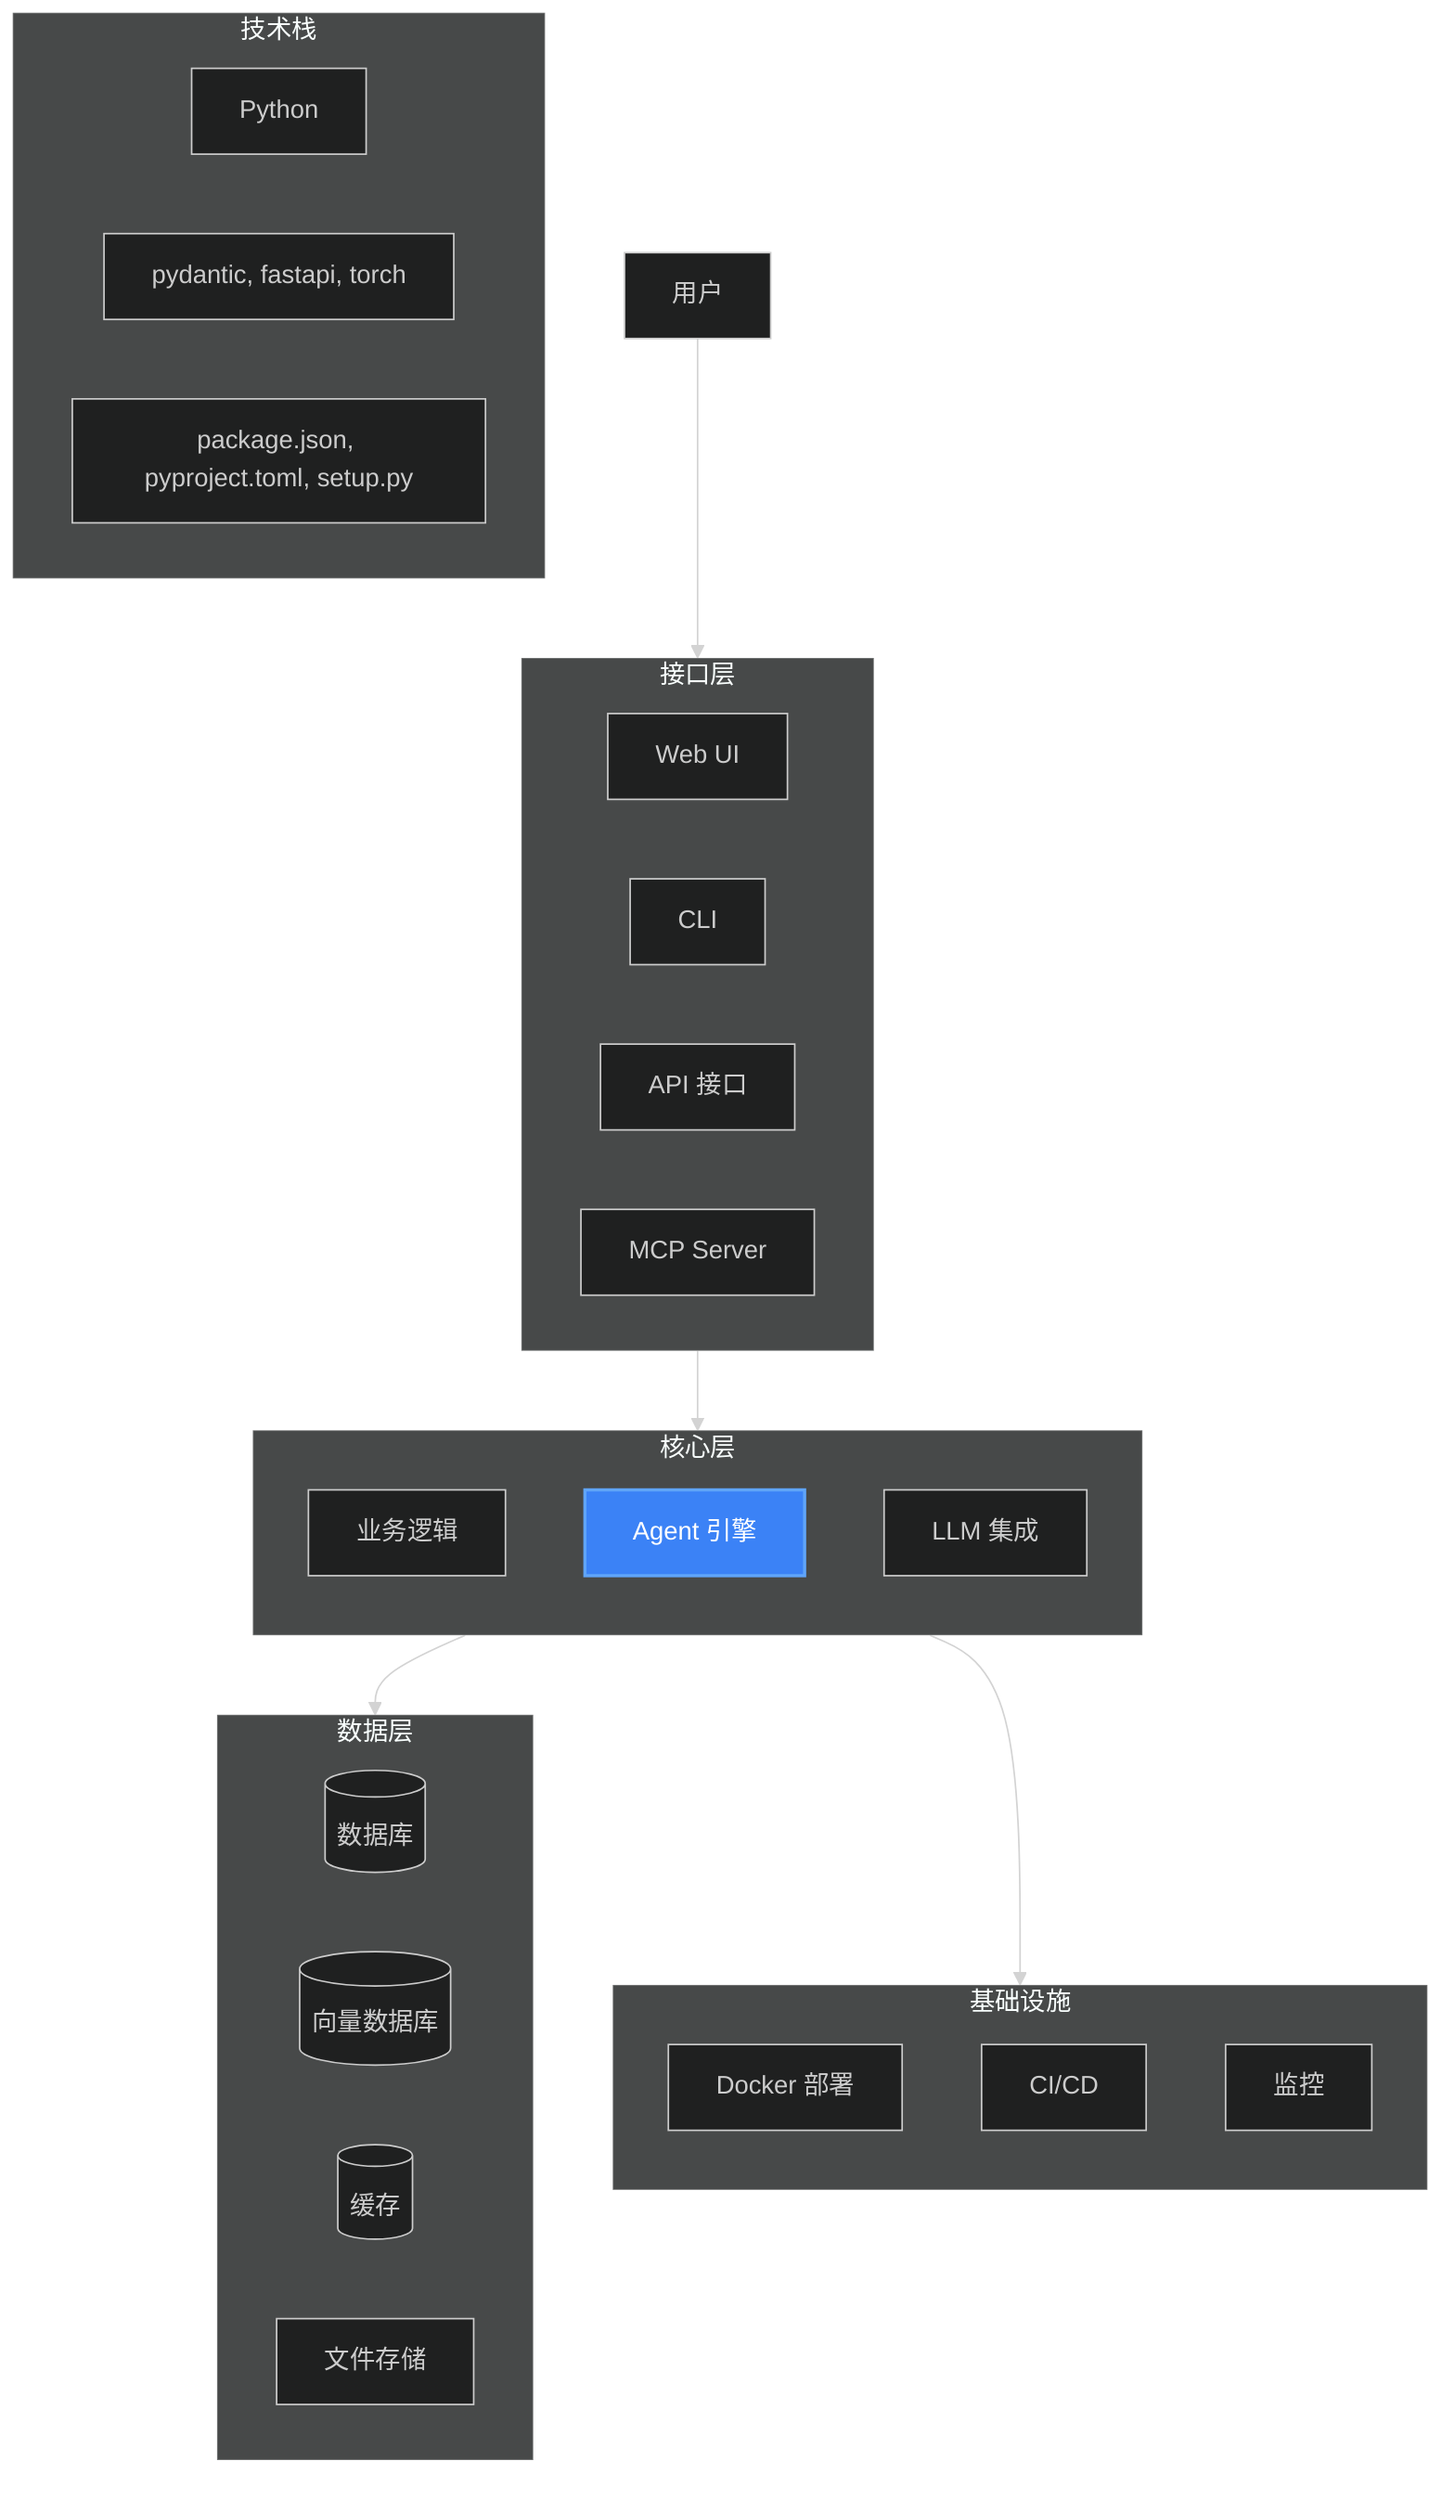
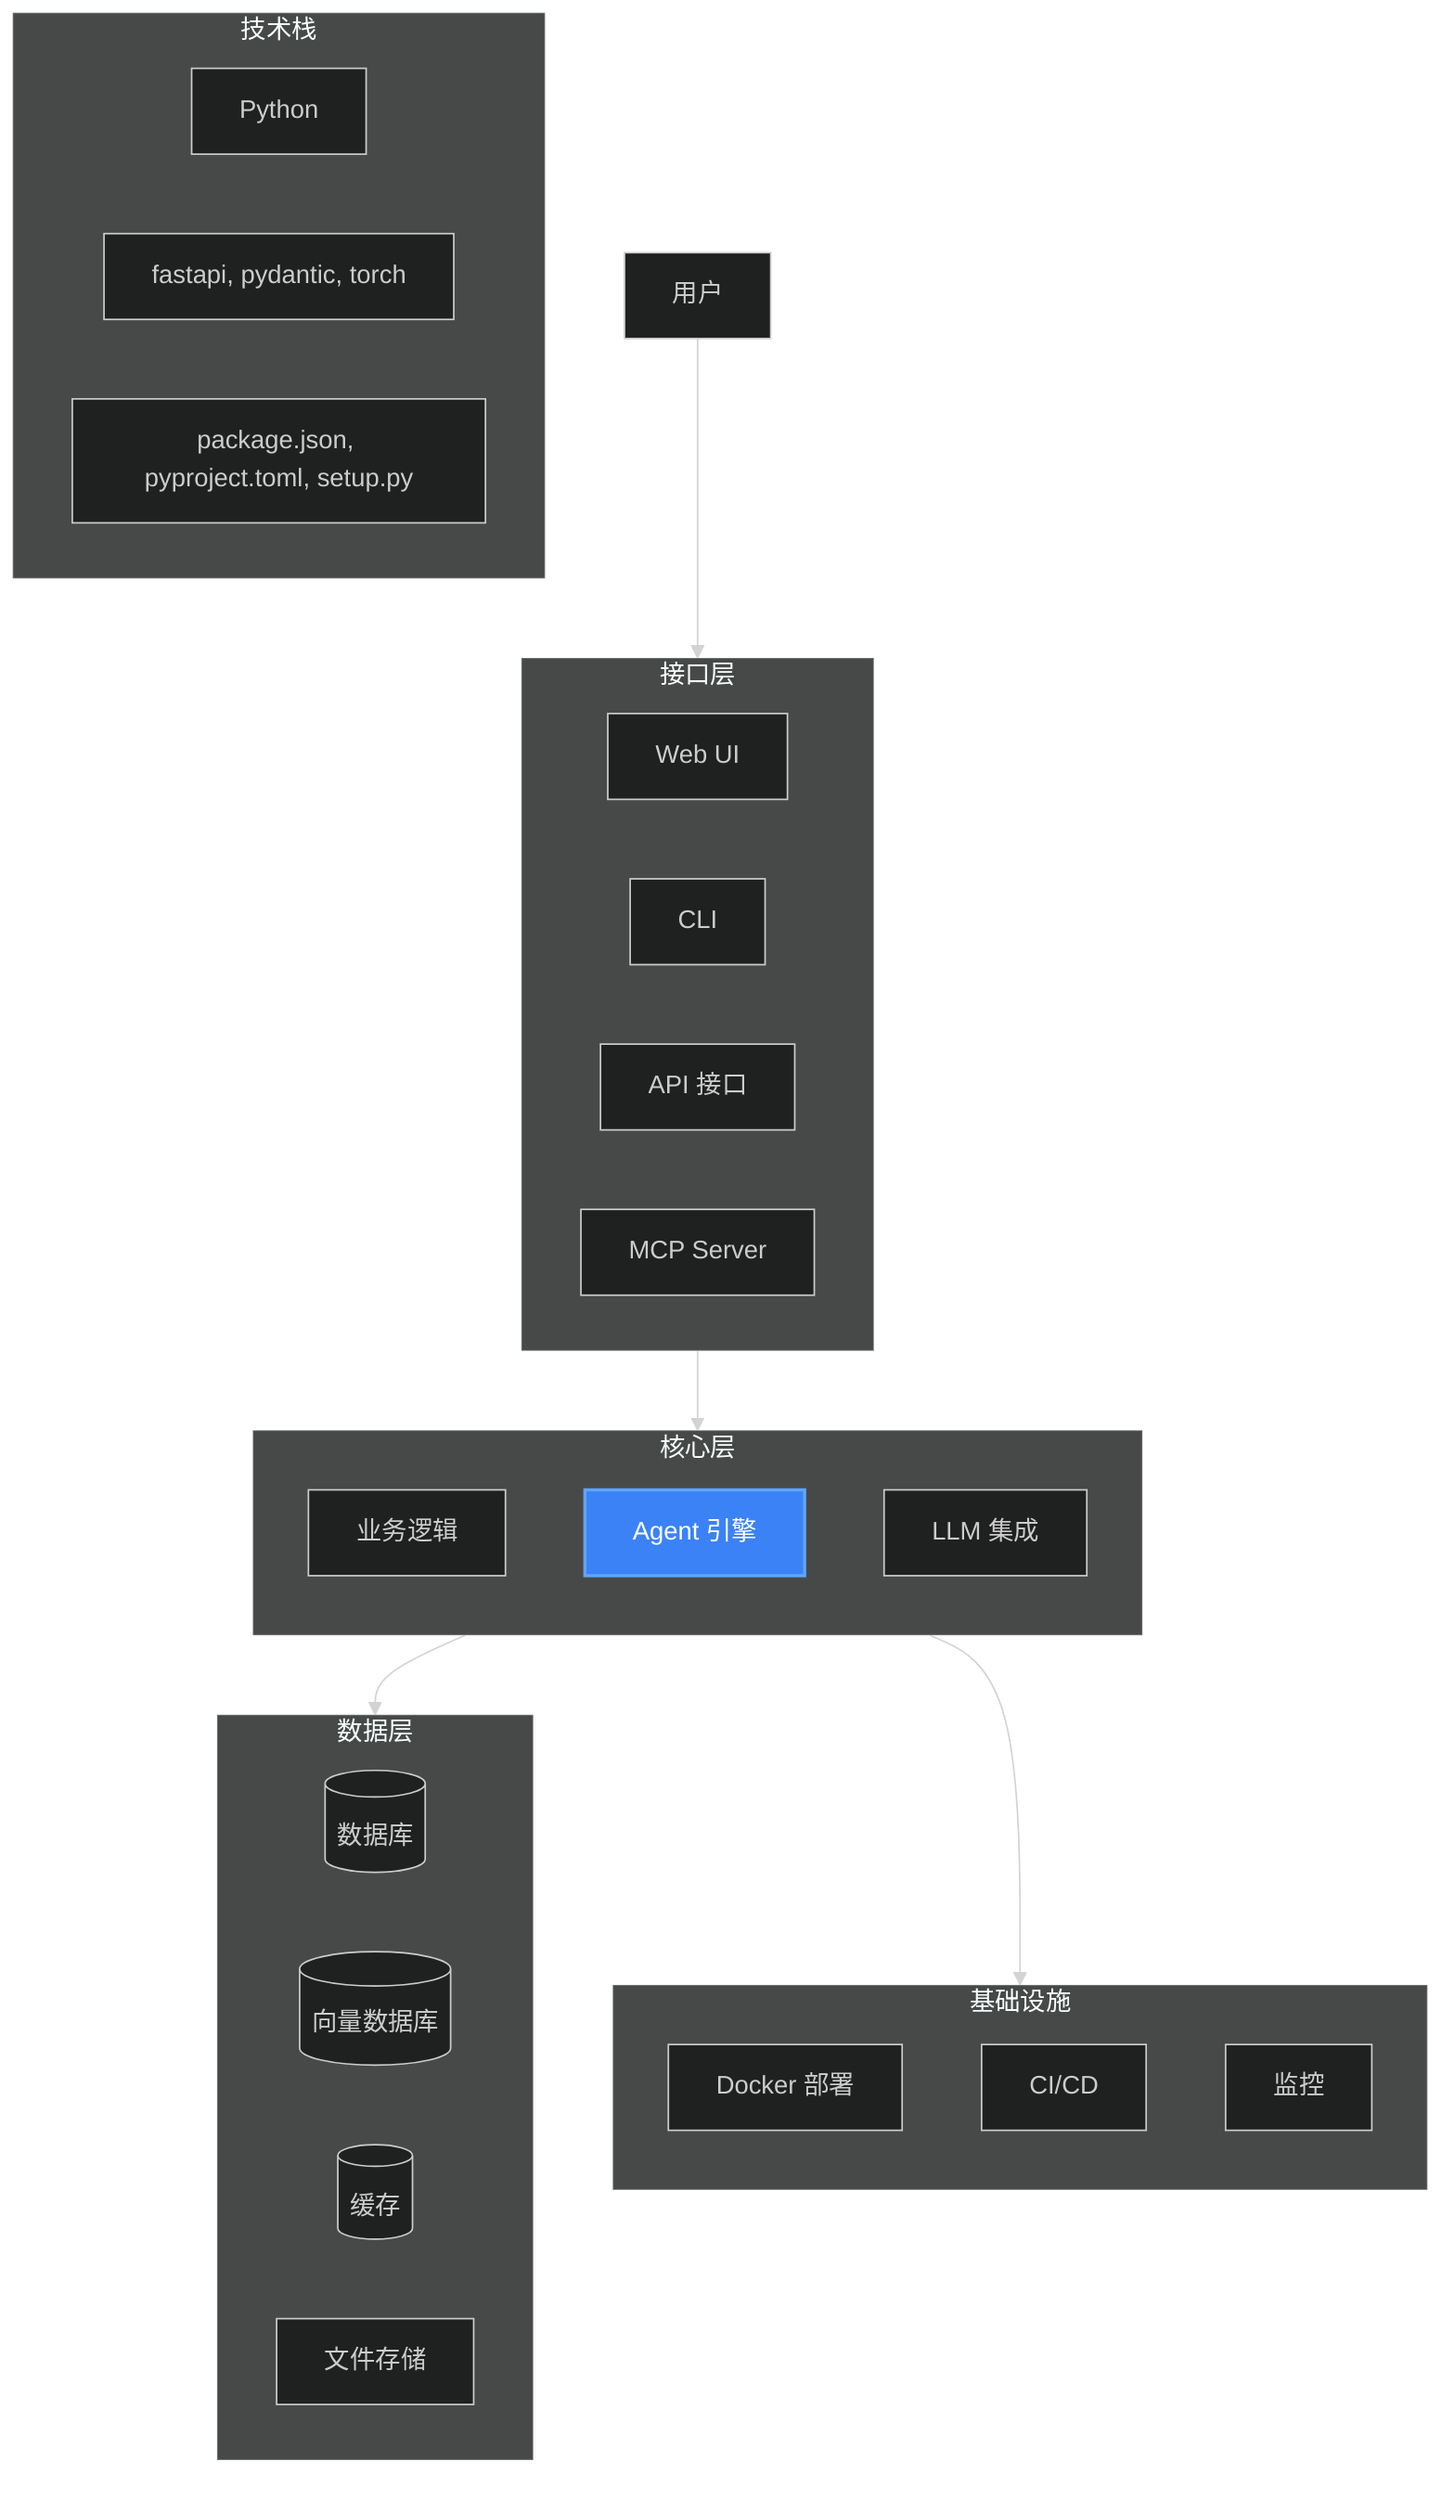
%%{init: {'theme': 'dark'}}%%
graph TB
    User[用户] --> Interface[接口层]

    subgraph Interface[接口层]
        direction LR
        WebUI[Web UI]
        CLI[CLI]
        API[API 接口]
        MCP[MCP Server]
    end

    subgraph Core[核心层]
        direction TB
        Business[业务逻辑]
        AgentEngine[Agent 引擎]:::highlight
        LLM[LLM 集成]
    end

    subgraph Data[数据层]
        direction LR
        Database[(数据库)]
        VectorDB[(向量数据库)]
        Cache[(缓存)]
        Files[文件存储]
    end

    subgraph Infra[基础设施]
        direction TB
        Docker[Docker 部署]
        CI/CD[CI/CD]
        Monitoring[监控]
    end

    Interface --> Core
    Core --> Data
    Core --> Infra

    classDef highlight fill:#3b82f6,stroke:#60a5fa,stroke-width:2px,color:white

    %% 技术栈信息
    subgraph TechStack[技术栈]
        direction LR
        Lang[Python]
-         FW[pydantic, fastapi, torch]
+         FW[fastapi, pydantic, torch]
        Deps[package.json, pyproject.toml, setup.py]
    end
